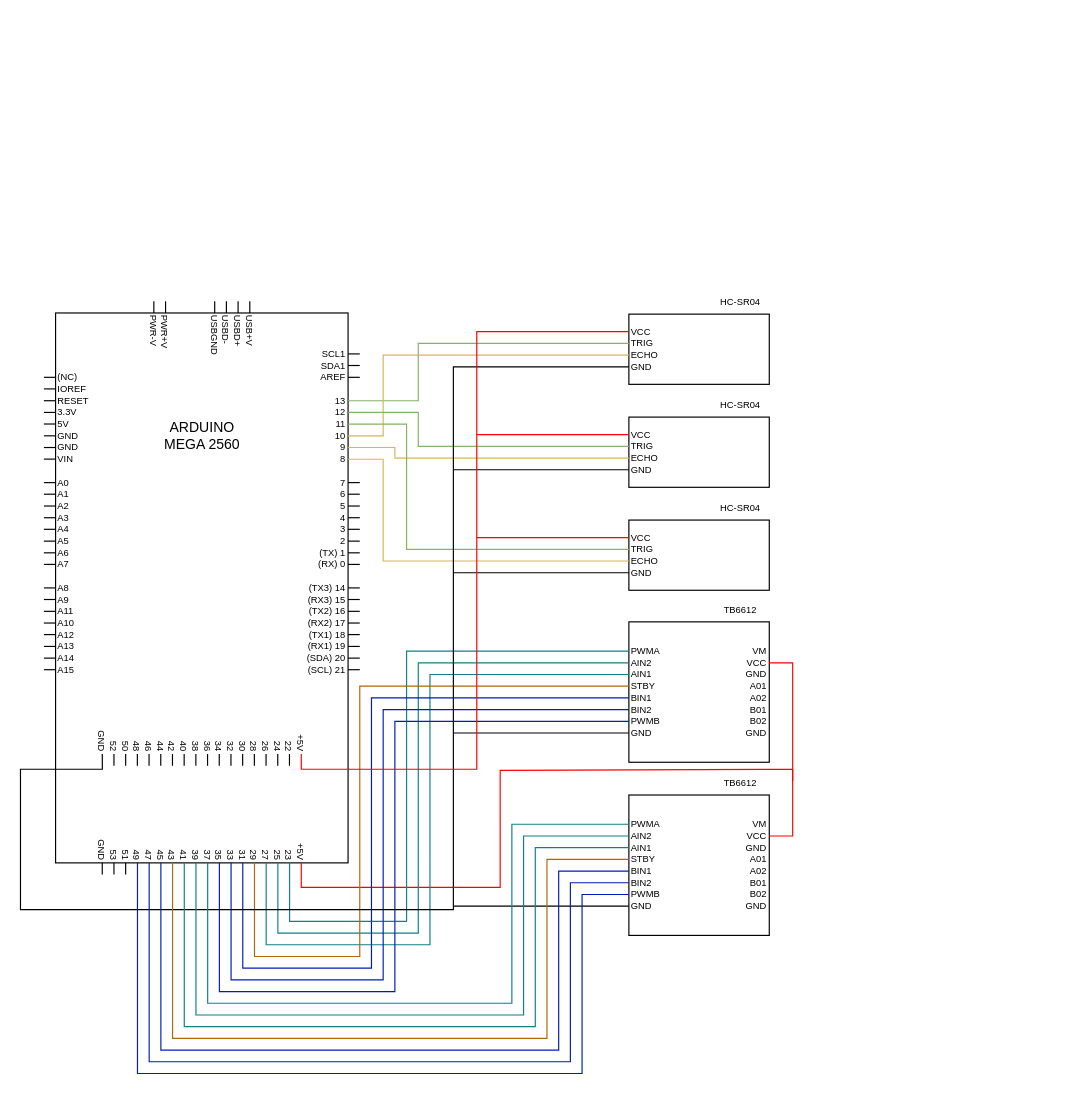
Earlier version of the draw.io diagram Наработки/Принципиальная схема.drawio (AlexRussellGit/VKR---Russell-Alexander). Source tidied: cells renumbered, new cells numbered last; positions are measured from the earlier drawing's top-left corner, leaving out a move shared by most shapes. Both pictures are drawn from the tidied source at 117%, with x=0, y=0 at pixel (20, 290).
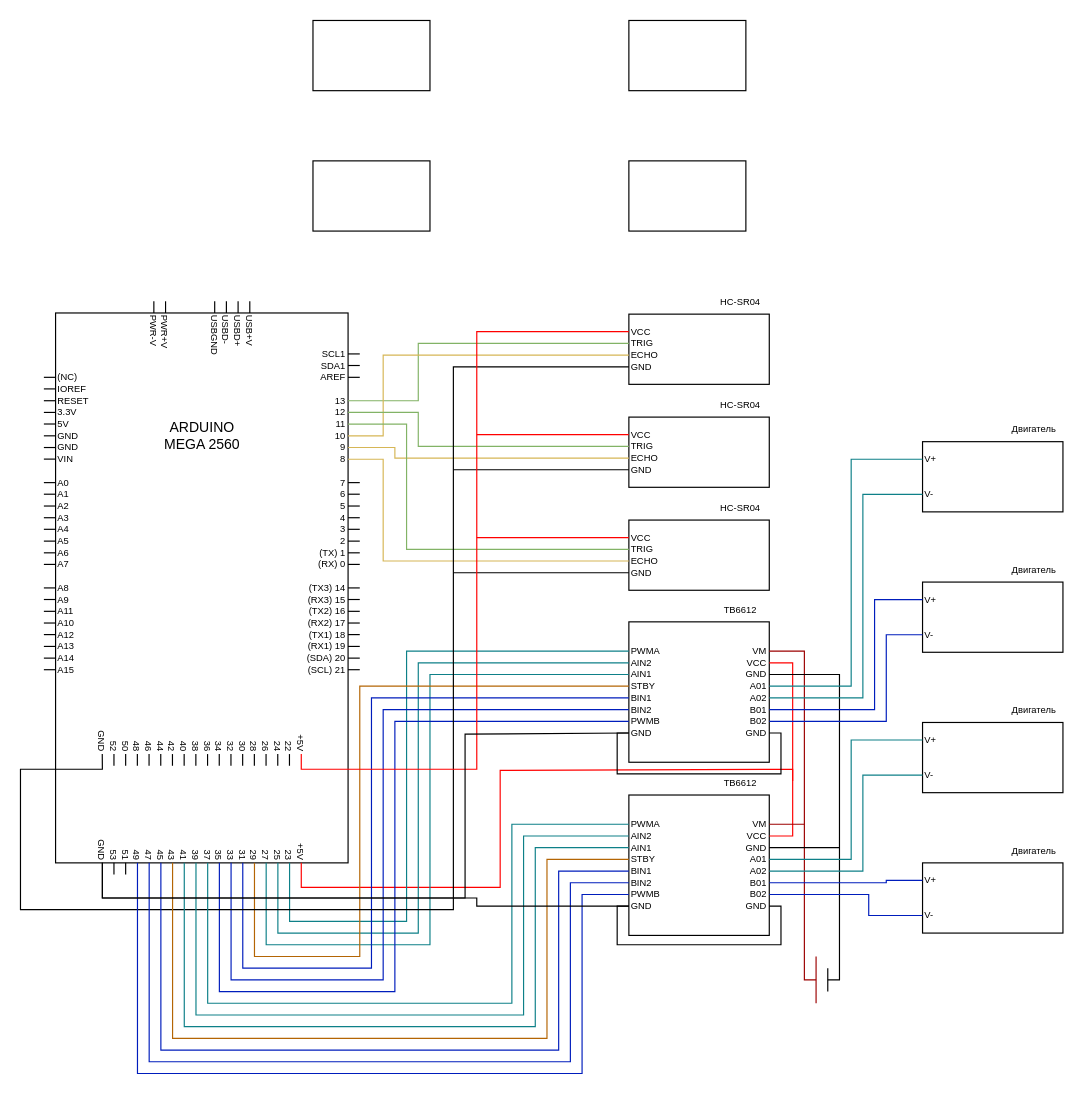
The same diagram, later.

The change refers to these unchanged cells:
```xml
<mxCell id="109" value="GND" style="text;html=1;strokeColor=none;fillColor=none;align=right;verticalAlign=middle;whiteSpace=wrap;rounded=0;rotation=90;fontSize=8;" parent="1" vertex="1">
  <mxGeometry x="45" y="459" width="50" height="10" as="geometry" />
</mxCell>
<mxCell id="201" value="GND" style="text;html=1;strokeColor=none;fillColor=none;align=left;verticalAlign=middle;whiteSpace=wrap;rounded=0;rotation=0;fontSize=8;" parent="1" vertex="1">
  <mxGeometry x="520" y="373" width="50" height="10" as="geometry" />
</mxCell>
<mxCell id="202" value="VM" style="text;html=1;strokeColor=none;fillColor=none;align=right;verticalAlign=middle;whiteSpace=wrap;rounded=0;rotation=0;fontSize=8;" parent="1" vertex="1">
  <mxGeometry x="590" y="303" width="50" height="10" as="geometry" />
</mxCell>
<mxCell id="204" value="GND" style="text;html=1;strokeColor=none;fillColor=none;align=right;verticalAlign=middle;whiteSpace=wrap;rounded=0;rotation=0;fontSize=8;" parent="1" vertex="1">
  <mxGeometry x="590" y="323" width="50" height="10" as="geometry" />
</mxCell>
<mxCell id="205" value="A01" style="text;html=1;strokeColor=none;fillColor=none;align=right;verticalAlign=middle;whiteSpace=wrap;rounded=0;rotation=0;fontSize=8;" parent="1" vertex="1">
  <mxGeometry x="590" y="333" width="50" height="10" as="geometry" />
</mxCell>
<mxCell id="206" value="A02" style="text;html=1;strokeColor=none;fillColor=none;align=right;verticalAlign=middle;whiteSpace=wrap;rounded=0;rotation=0;fontSize=8;" parent="1" vertex="1">
  <mxGeometry x="590" y="343" width="50" height="10" as="geometry" />
</mxCell>
<mxCell id="207" value="B01" style="text;html=1;strokeColor=none;fillColor=none;align=right;verticalAlign=middle;whiteSpace=wrap;rounded=0;rotation=0;fontSize=8;" parent="1" vertex="1">
  <mxGeometry x="590" y="353" width="50" height="10" as="geometry" />
</mxCell>
<mxCell id="208" value="B02" style="text;html=1;strokeColor=none;fillColor=none;align=right;verticalAlign=middle;whiteSpace=wrap;rounded=0;rotation=0;fontSize=8;" parent="1" vertex="1">
  <mxGeometry x="590" y="363" width="50" height="10" as="geometry" />
</mxCell>
<mxCell id="209" value="GND" style="text;html=1;strokeColor=none;fillColor=none;align=right;verticalAlign=middle;whiteSpace=wrap;rounded=0;rotation=0;fontSize=8;" parent="1" vertex="1">
  <mxGeometry x="590" y="373" width="50" height="10" as="geometry" />
</mxCell>
<mxCell id="217" value="GND" style="text;html=1;strokeColor=none;fillColor=none;align=left;verticalAlign=middle;whiteSpace=wrap;rounded=0;rotation=0;fontSize=8;" parent="1" vertex="1">
  <mxGeometry x="520" y="521" width="50" height="10" as="geometry" />
</mxCell>
<mxCell id="220" value="VM" style="text;html=1;strokeColor=none;fillColor=none;align=right;verticalAlign=middle;whiteSpace=wrap;rounded=0;rotation=0;fontSize=8;" parent="1" vertex="1">
  <mxGeometry x="590" y="451" width="50" height="10" as="geometry" />
</mxCell>
<mxCell id="222" value="GND" style="text;html=1;strokeColor=none;fillColor=none;align=right;verticalAlign=middle;whiteSpace=wrap;rounded=0;rotation=0;fontSize=8;" parent="1" vertex="1">
  <mxGeometry x="590" y="471" width="50" height="10" as="geometry" />
</mxCell>
<mxCell id="223" value="A01" style="text;html=1;strokeColor=none;fillColor=none;align=right;verticalAlign=middle;whiteSpace=wrap;rounded=0;rotation=0;fontSize=8;" parent="1" vertex="1">
  <mxGeometry x="590" y="481" width="50" height="10" as="geometry" />
</mxCell>
<mxCell id="224" value="A02" style="text;html=1;strokeColor=none;fillColor=none;align=right;verticalAlign=middle;whiteSpace=wrap;rounded=0;rotation=0;fontSize=8;" parent="1" vertex="1">
  <mxGeometry x="590" y="491" width="50" height="10" as="geometry" />
</mxCell>
<mxCell id="225" value="B01" style="text;html=1;strokeColor=none;fillColor=none;align=right;verticalAlign=middle;whiteSpace=wrap;rounded=0;rotation=0;fontSize=8;" parent="1" vertex="1">
  <mxGeometry x="590" y="501" width="50" height="10" as="geometry" />
</mxCell>
<mxCell id="226" value="B02" style="text;html=1;strokeColor=none;fillColor=none;align=right;verticalAlign=middle;whiteSpace=wrap;rounded=0;rotation=0;fontSize=8;" parent="1" vertex="1">
  <mxGeometry x="590" y="511" width="50" height="10" as="geometry" />
</mxCell>
<mxCell id="227" value="GND" style="text;html=1;strokeColor=none;fillColor=none;align=right;verticalAlign=middle;whiteSpace=wrap;rounded=0;rotation=0;fontSize=8;" parent="1" vertex="1">
  <mxGeometry x="590" y="521" width="50" height="10" as="geometry" />
</mxCell>
```

Diff of the diagram source:
```diff
@@
-    <mxCell id="141" style="endArrow=none;html=1;rounded=0;fontSize=8;entryX=0;entryY=0.5;entryDx=0;entryDy=0;align=right;" parent="1" edge="1">
-      <mxGeometry relative="1" as="geometry">
-        <mxPoint x="69.9" y="489" as="sourcePoint" />
-        <mxPoint x="69.9" y="499" as="targetPoint" />
-      </mxGeometry>
-    </mxCell>
@@
-    <mxCell id="237" style="endArrow=none;html=1;rounded=0;labelBackgroundColor=none;labelBorderColor=none;fontSize=8;fontColor=none;strokeColor=#000000;fillColor=#FF0000;entryX=0;entryY=0.5;entryDx=0;entryDy=0;" parent="1" edge="1" target="217">
-      <mxGeometry relative="1" as="geometry">
-        <mxPoint x="370" y="526" as="sourcePoint" />
-      </mxGeometry>
-    </mxCell>
-    <mxCell id="238" style="endArrow=none;html=1;rounded=0;labelBackgroundColor=none;labelBorderColor=none;fontSize=8;fontColor=none;strokeColor=#000000;fillColor=#FF0000;entryX=0;entryY=0.5;entryDx=0;entryDy=0;" parent="1" edge="1" target="201">
-      <mxGeometry relative="1" as="geometry">
-        <mxPoint x="370" y="378" as="sourcePoint" />
-      </mxGeometry>
-    </mxCell>
@@
+    <mxCell id="247" style="rounded=0;whiteSpace=wrap;html=1;fontSize=8;fontColor=none;" parent="1" vertex="1">
+      <mxGeometry x="771" y="249" width="120" height="60" as="geometry" />
+    </mxCell>
+    <mxCell id="248" style="rounded=0;whiteSpace=wrap;html=1;fontSize=8;fontColor=none;" parent="1" vertex="1">
+      <mxGeometry x="771" y="369" width="120" height="60" as="geometry" />
+    </mxCell>
+    <mxCell id="249" style="rounded=0;whiteSpace=wrap;html=1;fontSize=8;fontColor=none;" parent="1" vertex="1">
+      <mxGeometry x="771" y="489" width="120" height="60" as="geometry" />
+    </mxCell>
+    <mxCell id="250" style="rounded=0;whiteSpace=wrap;html=1;fontSize=8;fontColor=none;" parent="1" vertex="1">
+      <mxGeometry x="771" y="129" width="120" height="60" as="geometry" />
+    </mxCell>
+    <mxCell id="251" value="V+" style="text;html=1;strokeColor=none;fillColor=none;align=left;verticalAlign=middle;whiteSpace=wrap;rounded=0;rotation=0;fontSize=8;" parent="1" vertex="1">
+      <mxGeometry x="771" y="139" width="50" height="10" as="geometry" />
+    </mxCell>
+    <mxCell id="252" value="V-" style="text;html=1;strokeColor=none;fillColor=none;align=left;verticalAlign=middle;whiteSpace=wrap;rounded=0;rotation=0;fontSize=8;" parent="1" vertex="1">
+      <mxGeometry x="771" y="169" width="50" height="10" as="geometry" />
+    </mxCell>
+    <mxCell id="253" value="V+" style="text;html=1;strokeColor=none;fillColor=none;align=left;verticalAlign=middle;whiteSpace=wrap;rounded=0;rotation=0;fontSize=8;" parent="1" vertex="1">
+      <mxGeometry x="771" y="259" width="50" height="10" as="geometry" />
+    </mxCell>
+    <mxCell id="254" value="V-" style="text;html=1;strokeColor=none;fillColor=none;align=left;verticalAlign=middle;whiteSpace=wrap;rounded=0;rotation=0;fontSize=8;" parent="1" vertex="1">
+      <mxGeometry x="771" y="289" width="50" height="10" as="geometry" />
+    </mxCell>
+    <mxCell id="255" value="V+" style="text;html=1;strokeColor=none;fillColor=none;align=left;verticalAlign=middle;whiteSpace=wrap;rounded=0;rotation=0;fontSize=8;" parent="1" vertex="1">
+      <mxGeometry x="771" y="379" width="50" height="10" as="geometry" />
+    </mxCell>
+    <mxCell id="256" value="V-" style="text;html=1;strokeColor=none;fillColor=none;align=left;verticalAlign=middle;whiteSpace=wrap;rounded=0;rotation=0;fontSize=8;" parent="1" vertex="1">
+      <mxGeometry x="771" y="409" width="50" height="10" as="geometry" />
+    </mxCell>
+    <mxCell id="257" value="V+" style="text;html=1;strokeColor=none;fillColor=none;align=left;verticalAlign=middle;whiteSpace=wrap;rounded=0;rotation=0;fontSize=8;" parent="1" vertex="1">
+      <mxGeometry x="771" y="499" width="50" height="10" as="geometry" />
+    </mxCell>
+    <mxCell id="258" value="V-" style="text;html=1;strokeColor=none;fillColor=none;align=left;verticalAlign=middle;whiteSpace=wrap;rounded=0;rotation=0;fontSize=8;" parent="1" vertex="1">
+      <mxGeometry x="771" y="529" width="50" height="10" as="geometry" />
+    </mxCell>
+    <mxCell id="259" style="endArrow=none;html=1;rounded=0;labelBackgroundColor=none;labelBorderColor=none;fontSize=8;fontColor=none;strokeColor=#9C0000;fillColor=#e51400;entryX=1;entryY=0.5;entryDx=0;entryDy=0;" parent="1" edge="1" target="202">
+      <mxGeometry relative="1" as="geometry">
+        <mxPoint x="680" y="589" as="sourcePoint" />
+        <Array as="points">
+          <mxPoint x="670" y="589" />
+          <mxPoint x="670" y="308" />
+        </Array>
+      </mxGeometry>
+    </mxCell>
+    <mxCell id="260" style="endArrow=none;html=1;rounded=0;labelBackgroundColor=none;labelBorderColor=none;fontSize=8;fontColor=none;strokeColor=#9C0000;fillColor=#FF0000;exitX=1;exitY=0.5;exitDx=0;exitDy=0;" parent="1" edge="1" source="220">
+      <mxGeometry relative="1" as="geometry">
+        <mxPoint x="670" y="456" as="targetPoint" />
+      </mxGeometry>
+    </mxCell>
+    <mxCell id="261" style="endArrow=none;html=1;rounded=0;labelBackgroundColor=none;labelBorderColor=none;fontSize=8;fontColor=none;strokeColor=#9C0000;fillColor=#FF0000;" parent="1" edge="1">
+      <mxGeometry relative="1" as="geometry">
+        <mxPoint x="680" y="609" as="sourcePoint" />
+        <mxPoint x="680" y="569" as="targetPoint" />
+      </mxGeometry>
+    </mxCell>
+    <mxCell id="262" style="endArrow=none;html=1;rounded=0;labelBackgroundColor=none;labelBorderColor=none;fontSize=8;fontColor=none;strokeColor=#000000;fillColor=#FF0000;" parent="1" edge="1">
+      <mxGeometry relative="1" as="geometry">
+        <mxPoint x="690" y="599" as="sourcePoint" />
+        <mxPoint x="690" y="579" as="targetPoint" />
+      </mxGeometry>
+    </mxCell>
+    <mxCell id="263" style="endArrow=none;html=1;rounded=0;labelBackgroundColor=none;labelBorderColor=none;fontSize=8;fontColor=none;strokeColor=#000000;fillColor=#FF0000;entryX=1;entryY=0.5;entryDx=0;entryDy=0;" parent="1" edge="1" target="204">
+      <mxGeometry relative="1" as="geometry">
+        <mxPoint x="690" y="589" as="sourcePoint" />
+        <Array as="points">
+          <mxPoint x="700" y="589" />
+          <mxPoint x="700" y="328" />
+        </Array>
+      </mxGeometry>
+    </mxCell>
+    <mxCell id="264" style="endArrow=none;html=1;rounded=0;labelBackgroundColor=none;labelBorderColor=none;fontSize=8;fontColor=none;strokeColor=#000000;fillColor=#FF0000;exitX=1;exitY=0.5;exitDx=0;exitDy=0;" parent="1" edge="1" source="222">
+      <mxGeometry relative="1" as="geometry">
+        <mxPoint x="700" y="476" as="targetPoint" />
+      </mxGeometry>
+    </mxCell>
+    <mxCell id="265" style="endArrow=none;html=1;rounded=0;labelBackgroundColor=none;labelBorderColor=none;fontSize=8;fontColor=none;strokeColor=#0e8088;fillColor=#b0e3e6;exitX=1;exitY=0.5;exitDx=0;exitDy=0;entryX=0;entryY=0.5;entryDx=0;entryDy=0;" parent="1" edge="1" source="205" target="251">
+      <mxGeometry relative="1" as="geometry">
+        <Array as="points">
+          <mxPoint x="710" y="338" />
+          <mxPoint x="710" y="144" />
+        </Array>
+      </mxGeometry>
+    </mxCell>
+    <mxCell id="266" style="endArrow=none;html=1;rounded=0;labelBackgroundColor=none;labelBorderColor=none;fontSize=8;fontColor=none;strokeColor=#0e8088;fillColor=#b0e3e6;exitX=1;exitY=0.5;exitDx=0;exitDy=0;entryX=0;entryY=0.5;entryDx=0;entryDy=0;" parent="1" edge="1" source="206" target="252">
+      <mxGeometry relative="1" as="geometry">
+        <Array as="points">
+          <mxPoint x="720" y="348" />
+          <mxPoint x="720" y="174" />
+        </Array>
+      </mxGeometry>
+    </mxCell>
+    <mxCell id="267" style="endArrow=none;html=1;rounded=0;labelBackgroundColor=none;labelBorderColor=none;fontSize=8;fontColor=none;strokeColor=#0e8088;fillColor=#b0e3e6;exitX=1;exitY=0.5;exitDx=0;exitDy=0;entryX=0;entryY=0.5;entryDx=0;entryDy=0;" parent="1" edge="1" source="223" target="255">
+      <mxGeometry relative="1" as="geometry">
+        <Array as="points">
+          <mxPoint x="710" y="486" />
+          <mxPoint x="710" y="384" />
+        </Array>
+      </mxGeometry>
+    </mxCell>
+    <mxCell id="268" style="endArrow=none;html=1;rounded=0;labelBackgroundColor=none;labelBorderColor=none;fontSize=8;fontColor=none;strokeColor=#0e8088;fillColor=#b0e3e6;exitX=1;exitY=0.5;exitDx=0;exitDy=0;entryX=0;entryY=0.5;entryDx=0;entryDy=0;" parent="1" edge="1" source="224" target="256">
+      <mxGeometry relative="1" as="geometry">
+        <Array as="points">
+          <mxPoint x="720" y="496" />
+          <mxPoint x="720" y="414" />
+        </Array>
+      </mxGeometry>
+    </mxCell>
+    <mxCell id="269" style="endArrow=none;html=1;rounded=0;labelBackgroundColor=none;labelBorderColor=none;fontSize=8;fontColor=none;strokeColor=#001DBC;fillColor=#0050ef;exitX=1;exitY=0.5;exitDx=0;exitDy=0;entryX=0;entryY=0.5;entryDx=0;entryDy=0;" parent="1" edge="1" source="207" target="253">
+      <mxGeometry relative="1" as="geometry">
+        <Array as="points">
+          <mxPoint x="730" y="358" />
+          <mxPoint x="730" y="264" />
+        </Array>
+      </mxGeometry>
+    </mxCell>
+    <mxCell id="270" style="endArrow=none;html=1;rounded=0;labelBackgroundColor=none;labelBorderColor=none;fontSize=8;fontColor=none;strokeColor=#001DBC;fillColor=#0050ef;exitX=1;exitY=0.5;exitDx=0;exitDy=0;entryX=0;entryY=0.5;entryDx=0;entryDy=0;" parent="1" edge="1" source="208" target="254">
+      <mxGeometry relative="1" as="geometry">
+        <Array as="points">
+          <mxPoint x="740" y="368" />
+          <mxPoint x="740" y="294" />
+        </Array>
+      </mxGeometry>
+    </mxCell>
+    <mxCell id="271" style="endArrow=none;html=1;rounded=0;labelBackgroundColor=none;labelBorderColor=none;fontSize=8;fontColor=none;strokeColor=#001DBC;fillColor=#0050ef;exitX=1;exitY=0.5;exitDx=0;exitDy=0;entryX=0;entryY=0.5;entryDx=0;entryDy=0;" parent="1" edge="1" source="225" target="257">
+      <mxGeometry relative="1" as="geometry">
+        <Array as="points">
+          <mxPoint x="740" y="506" />
+          <mxPoint x="740" y="504" />
+        </Array>
+      </mxGeometry>
+    </mxCell>
+    <mxCell id="272" style="endArrow=none;html=1;rounded=0;labelBackgroundColor=none;labelBorderColor=none;fontSize=8;fontColor=none;strokeColor=#001DBC;fillColor=#0050ef;exitX=1;exitY=0.5;exitDx=0;exitDy=0;entryX=0;entryY=0.5;entryDx=0;entryDy=0;" parent="1" edge="1" source="226" target="258">
+      <mxGeometry relative="1" as="geometry">
+        <Array as="points">
+          <mxPoint x="725" y="516" />
+          <mxPoint x="725" y="534" />
+        </Array>
+      </mxGeometry>
+    </mxCell>
+    <mxCell id="273" style="endArrow=none;html=1;rounded=0;labelBackgroundColor=none;labelBorderColor=none;fontSize=8;fontColor=none;strokeColor=#000000;fillColor=#FF0000;entryX=1;entryY=0.5;entryDx=0;entryDy=0;exitX=0;exitY=0.5;exitDx=0;exitDy=0;" parent="1" edge="1" source="217" target="227">
+      <mxGeometry relative="1" as="geometry">
+        <Array as="points">
+          <mxPoint x="510" y="526" />
+          <mxPoint x="510" y="559" />
+          <mxPoint x="650" y="559" />
+          <mxPoint x="650" y="526" />
+        </Array>
+      </mxGeometry>
+    </mxCell>
+    <mxCell id="274" style="endArrow=none;html=1;rounded=0;labelBackgroundColor=none;labelBorderColor=none;fontSize=8;fontColor=none;strokeColor=#000000;fillColor=#FF0000;entryX=1;entryY=0.5;entryDx=0;entryDy=0;exitX=0;exitY=0.5;exitDx=0;exitDy=0;" parent="1" edge="1" source="201" target="209">
+      <mxGeometry relative="1" as="geometry">
+        <Array as="points">
+          <mxPoint x="510" y="378" />
+          <mxPoint x="510" y="413" />
+          <mxPoint x="650" y="413" />
+          <mxPoint x="650" y="378" />
+        </Array>
+      </mxGeometry>
+    </mxCell>
+    <mxCell id="275" style="endArrow=none;html=1;rounded=0;labelBackgroundColor=none;labelBorderColor=none;fontSize=8;fontColor=none;strokeColor=#000000;fillColor=#FF0000;entryX=0;entryY=0.5;entryDx=0;entryDy=0;exitX=1;exitY=0.5;exitDx=0;exitDy=0;" parent="1" edge="1" source="109" target="201">
+      <mxGeometry relative="1" as="geometry">
+        <Array as="points">
+          <mxPoint x="70" y="519" />
+          <mxPoint x="380" y="519" />
+          <mxPoint x="380" y="379" />
+        </Array>
+      </mxGeometry>
+    </mxCell>
+    <mxCell id="276" style="endArrow=none;html=1;rounded=0;labelBackgroundColor=none;labelBorderColor=none;fontSize=8;fontColor=none;strokeColor=#000000;fillColor=#FF0000;entryX=0;entryY=0.5;entryDx=0;entryDy=0;exitX=1;exitY=0.5;exitDx=0;exitDy=0;" parent="1" edge="1" source="109" target="217">
+      <mxGeometry relative="1" as="geometry">
+        <Array as="points">
+          <mxPoint x="70" y="519" />
+          <mxPoint x="380" y="519" />
+          <mxPoint x="390" y="519" />
+          <mxPoint x="390" y="526" />
+        </Array>
+      </mxGeometry>
+    </mxCell>
+    <mxCell id="277" value="Двигатель" style="text;html=1;align=center;verticalAlign=middle;strokeColor=none;fillColor=none;fontSize=8;" parent="1" vertex="1">
+      <mxGeometry x="841" y="469" width="50" height="20" as="geometry" />
+    </mxCell>
+    <mxCell id="278" value="Двигатель" style="text;html=1;align=center;verticalAlign=middle;strokeColor=none;fillColor=none;fontSize=8;" parent="1" vertex="1">
+      <mxGeometry x="841" y="348" width="50" height="20" as="geometry" />
+    </mxCell>
+    <mxCell id="279" value="Двигатель" style="text;html=1;align=center;verticalAlign=middle;strokeColor=none;fillColor=none;fontSize=8;" parent="1" vertex="1">
+      <mxGeometry x="841" y="229" width="50" height="20" as="geometry" />
+    </mxCell>
+    <mxCell id="280" value="Двигатель" style="text;html=1;align=center;verticalAlign=middle;strokeColor=none;fillColor=none;fontSize=8;" parent="1" vertex="1">
+      <mxGeometry x="841" y="108" width="50" height="20" as="geometry" />
+    </mxCell>
+    <mxCell id="281" style="rounded=0;whiteSpace=wrap;html=1;fontSize=8;fontColor=none;strokeColor=#000000;" parent="1" vertex="1">
+      <mxGeometry x="250" y="-231" width="100" height="60" as="geometry" />
+    </mxCell>
+    <mxCell id="282" style="rounded=0;whiteSpace=wrap;html=1;fontSize=8;fontColor=none;strokeColor=#000000;" parent="1" vertex="1">
+      <mxGeometry x="520" y="-231" width="100" height="60" as="geometry" />
+    </mxCell>
+    <mxCell id="283" style="rounded=0;whiteSpace=wrap;html=1;fontSize=8;fontColor=none;strokeColor=#000000;" parent="1" vertex="1">
+      <mxGeometry x="250" y="-111" width="100" height="60" as="geometry" />
+    </mxCell>
+    <mxCell id="284" style="rounded=0;whiteSpace=wrap;html=1;fontSize=8;fontColor=none;strokeColor=#000000;" parent="1" vertex="1">
+      <mxGeometry x="520" y="-111" width="100" height="60" as="geometry" />
+    </mxCell>
```
